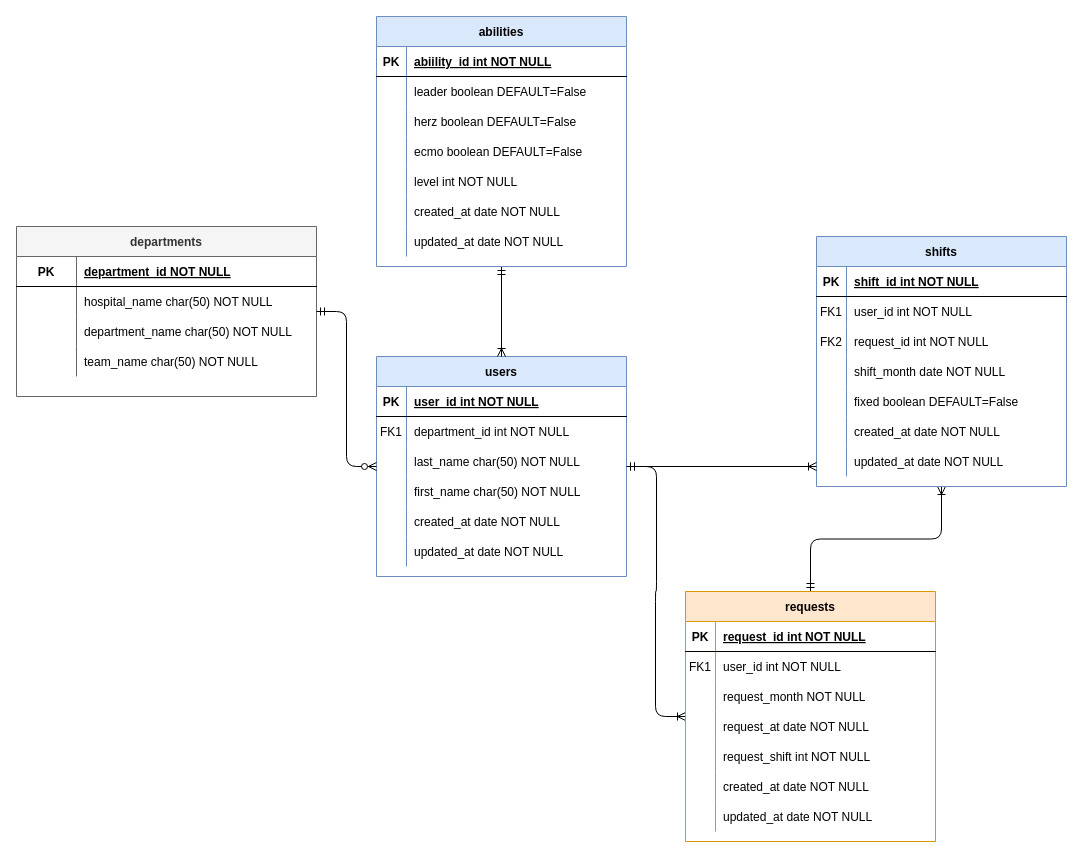
yktt-nuane/shiftmaking-past keeps this draw.io diagram as database_schema.drawio. Above is the earlier version. Source tidied: cells renumbered, new cells numbered last; positions are measured from the earlier drawing's top-left corner, leaving out a move shared by most shapes. Both pictures are drawn from the tidied source at 100%, with x=0, y=0 at pixel (16, 16).
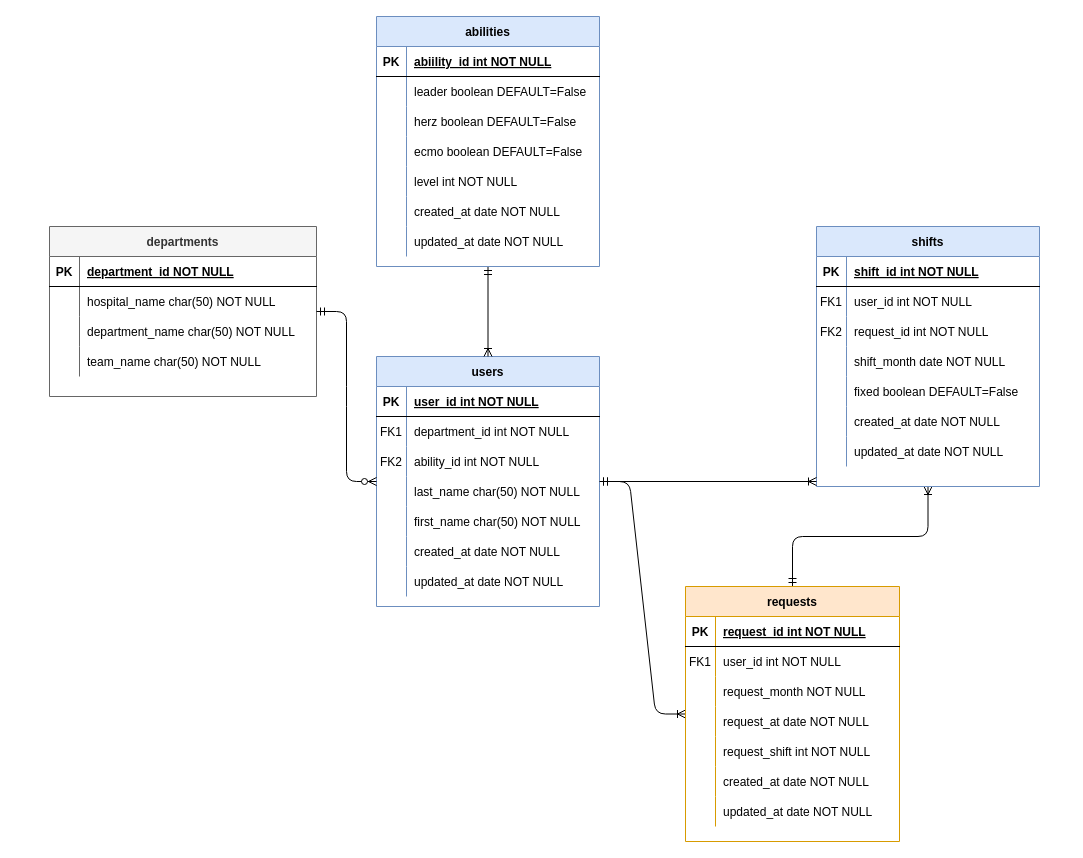
After the change.

Commit message:
database_schema.drawio を更新します

Diff of the diagram source:
```diff
@@
     <mxCell id="4" value="requests" style="shape=table;startSize=30;childLayout=tableLayout;rowLines=0;fontStyle=1;align=center;fillColor=#ffe6cc;strokeColor=#d79b00;" parent="1" vertex="1">
-      <mxGeometry x="669" y="575" width="250" height="250" as="geometry" />
+      <mxGeometry x="669" y="570" width="214" height="255" as="geometry" />
     </mxCell>
     <mxCell id="5" style="shape=partialRectangle;fillColor=none;top=0;left=0;right=0;bottom=1;" parent="4" vertex="1">
-      <mxGeometry y="30" width="250" height="30" as="geometry" />
+      <mxGeometry y="30" width="214" height="30" as="geometry" />
     </mxCell>
@@
     <mxCell id="7" value="request_id int NOT NULL " style="shape=partialRectangle;overflow=hidden;fillColor=none;top=0;left=0;bottom=0;right=0;align=left;spacingLeft=6;fontStyle=5;" parent="5" vertex="1">
-      <mxGeometry x="30" width="220" height="30" as="geometry" />
+      <mxGeometry x="30" width="184" height="30" as="geometry" />
     </mxCell>
     <mxCell id="8" style="shape=partialRectangle;fillColor=none;top=0;left=0;right=0;bottom=0;" parent="4" vertex="1">
-      <mxGeometry y="60" width="250" height="30" as="geometry" />
+      <mxGeometry y="60" width="214" height="30" as="geometry" />
     </mxCell>
@@
     <mxCell id="10" value="user_id int NOT NULL" style="shape=partialRectangle;overflow=hidden;fillColor=none;top=0;left=0;bottom=0;right=0;align=left;spacingLeft=6;" parent="8" vertex="1">
-      <mxGeometry x="30" width="220" height="30" as="geometry" />
+      <mxGeometry x="30" width="184" height="30" as="geometry" />
     </mxCell>
     <mxCell id="11" style="shape=partialRectangle;fillColor=none;top=0;left=0;right=0;bottom=0;" parent="4" vertex="1">
-      <mxGeometry y="90" width="250" height="30" as="geometry" />
+      <mxGeometry y="90" width="214" height="30" as="geometry" />
     </mxCell>
@@
     <mxCell id="13" value="request_month NOT NULL" style="shape=partialRectangle;overflow=hidden;fillColor=none;top=0;left=0;bottom=0;right=0;align=left;spacingLeft=6;" parent="11" vertex="1">
-      <mxGeometry x="30" width="220" height="30" as="geometry" />
+      <mxGeometry x="30" width="184" height="30" as="geometry" />
     </mxCell>
     <mxCell id="14" style="shape=partialRectangle;fillColor=none;top=0;left=0;right=0;bottom=0;" parent="4" vertex="1">
-      <mxGeometry y="120" width="250" height="30" as="geometry" />
+      <mxGeometry y="120" width="214" height="30" as="geometry" />
     </mxCell>
@@
     <mxCell id="16" value="request_at date NOT NULL" style="shape=partialRectangle;overflow=hidden;fillColor=none;top=0;left=0;bottom=0;right=0;align=left;spacingLeft=6;" parent="14" vertex="1">
-      <mxGeometry x="30" width="220" height="30" as="geometry" />
+      <mxGeometry x="30" width="184" height="30" as="geometry" />
     </mxCell>
     <mxCell id="17" style="shape=partialRectangle;fillColor=none;top=0;left=0;right=0;bottom=0;" parent="4" vertex="1">
-      <mxGeometry y="150" width="250" height="30" as="geometry" />
+      <mxGeometry y="150" width="214" height="30" as="geometry" />
     </mxCell>
@@
     <mxCell id="19" value="request_shift int NOT NULL" style="shape=partialRectangle;overflow=hidden;fillColor=none;top=0;left=0;bottom=0;right=0;align=left;spacingLeft=6;" parent="17" vertex="1">
-      <mxGeometry x="30" width="220" height="30" as="geometry" />
+      <mxGeometry x="30" width="184" height="30" as="geometry" />
     </mxCell>
     <mxCell id="20" style="shape=partialRectangle;fillColor=none;top=0;left=0;right=0;bottom=0;" parent="4" vertex="1">
-      <mxGeometry y="180" width="250" height="30" as="geometry" />
+      <mxGeometry y="180" width="214" height="30" as="geometry" />
     </mxCell>
@@
     <mxCell id="22" value="created_at date NOT NULL" style="shape=partialRectangle;overflow=hidden;fillColor=none;top=0;left=0;bottom=0;right=0;align=left;spacingLeft=6;" parent="20" vertex="1">
-      <mxGeometry x="30" width="220" height="30" as="geometry" />
+      <mxGeometry x="30" width="184" height="30" as="geometry" />
     </mxCell>
     <mxCell id="23" style="shape=partialRectangle;fillColor=none;top=0;left=0;right=0;bottom=0;" parent="4" vertex="1">
-      <mxGeometry y="210" width="250" height="30" as="geometry" />
+      <mxGeometry y="210" width="214" height="30" as="geometry" />
     </mxCell>
@@
     <mxCell id="25" value="updated_at date NOT NULL" style="shape=partialRectangle;overflow=hidden;fillColor=none;top=0;left=0;bottom=0;right=0;align=left;spacingLeft=6;" parent="23" vertex="1">
-      <mxGeometry x="30" width="220" height="30" as="geometry" />
+      <mxGeometry x="30" width="184" height="30" as="geometry" />
     </mxCell>
     <mxCell id="26" value="users" style="shape=table;startSize=30;childLayout=tableLayout;rowLines=0;fontStyle=1;align=center;fillColor=#dae8fc;strokeColor=#6c8ebf;" parent="1" vertex="1">
-      <mxGeometry x="360" y="340" width="250" height="220" as="geometry" />
+      <mxGeometry x="360" y="340" width="223" height="250" as="geometry" />
     </mxCell>
     <mxCell id="27" style="shape=partialRectangle;fillColor=none;top=0;left=0;right=0;bottom=1;" parent="26" vertex="1">
-      <mxGeometry y="30" width="250" height="30" as="geometry" />
+      <mxGeometry y="30" width="223" height="30" as="geometry" />
     </mxCell>
@@
     <mxCell id="29" value="user_id int NOT NULL " style="shape=partialRectangle;overflow=hidden;fillColor=none;top=0;left=0;bottom=0;right=0;align=left;spacingLeft=6;fontStyle=5;" parent="27" vertex="1">
-      <mxGeometry x="30" width="220" height="30" as="geometry" />
+      <mxGeometry x="30" width="193" height="30" as="geometry" />
     </mxCell>
     <mxCell id="30" style="shape=partialRectangle;fillColor=none;top=0;left=0;right=0;bottom=0;" parent="26" vertex="1">
-      <mxGeometry y="60" width="250" height="30" as="geometry" />
+      <mxGeometry y="60" width="223" height="30" as="geometry" />
     </mxCell>
@@
     <mxCell id="32" value="department_id int NOT NULL" style="shape=partialRectangle;overflow=hidden;fillColor=none;top=0;left=0;bottom=0;right=0;align=left;spacingLeft=6;" parent="30" vertex="1">
-      <mxGeometry x="30" width="220" height="30" as="geometry" />
+      <mxGeometry x="30" width="193" height="30" as="geometry" />
     </mxCell>
+    <mxCell id="105" style="shape=partialRectangle;fillColor=none;top=0;left=0;right=0;bottom=0;" parent="26" vertex="1">
+      <mxGeometry y="90" width="223" height="30" as="geometry" />
+    </mxCell>
+    <mxCell id="106" value="FK2" style="shape=partialRectangle;overflow=hidden;fillColor=none;top=0;left=0;bottom=0;right=0;" parent="105" vertex="1">
+      <mxGeometry width="30" height="30" as="geometry" />
+    </mxCell>
+    <mxCell id="107" value="ability_id int NOT NULL" style="shape=partialRectangle;overflow=hidden;fillColor=none;top=0;left=0;bottom=0;right=0;align=left;spacingLeft=6;" parent="105" vertex="1">
+      <mxGeometry x="30" width="193" height="30" as="geometry" />
+    </mxCell>
     <mxCell id="33" style="shape=partialRectangle;fillColor=none;top=0;left=0;right=0;bottom=0;" parent="26" vertex="1">
-      <mxGeometry y="90" width="250" height="30" as="geometry" />
+      <mxGeometry y="120" width="223" height="30" as="geometry" />
     </mxCell>
@@
     <mxCell id="35" value="last_name char(50) NOT NULL" style="shape=partialRectangle;overflow=hidden;fillColor=none;top=0;left=0;bottom=0;right=0;align=left;spacingLeft=6;" parent="33" vertex="1">
-      <mxGeometry x="30" width="220" height="30" as="geometry" />
+      <mxGeometry x="30" width="193" height="30" as="geometry" />
     </mxCell>
     <mxCell id="36" style="shape=partialRectangle;fillColor=none;top=0;left=0;right=0;bottom=0;" parent="26" vertex="1">
-      <mxGeometry y="120" width="250" height="30" as="geometry" />
+      <mxGeometry y="150" width="223" height="30" as="geometry" />
     </mxCell>
@@
     <mxCell id="38" value="first_name char(50) NOT NULL" style="shape=partialRectangle;overflow=hidden;fillColor=none;top=0;left=0;bottom=0;right=0;align=left;spacingLeft=6;" parent="36" vertex="1">
-      <mxGeometry x="30" width="220" height="30" as="geometry" />
+      <mxGeometry x="30" width="193" height="30" as="geometry" />
     </mxCell>
     <mxCell id="39" style="shape=partialRectangle;fillColor=none;top=0;left=0;right=0;bottom=0;" parent="26" vertex="1">
-      <mxGeometry y="150" width="250" height="30" as="geometry" />
+      <mxGeometry y="180" width="223" height="30" as="geometry" />
     </mxCell>
@@
     <mxCell id="41" value="created_at date NOT NULL" style="shape=partialRectangle;overflow=hidden;fillColor=none;top=0;left=0;bottom=0;right=0;align=left;spacingLeft=6;" parent="39" vertex="1">
-      <mxGeometry x="30" width="220" height="30" as="geometry" />
+      <mxGeometry x="30" width="193" height="30" as="geometry" />
     </mxCell>
     <mxCell id="42" style="shape=partialRectangle;fillColor=none;top=0;left=0;right=0;bottom=0;" parent="26" vertex="1">
-      <mxGeometry y="180" width="250" height="30" as="geometry" />
+      <mxGeometry y="210" width="223" height="30" as="geometry" />
     </mxCell>
@@
     <mxCell id="44" value="updated_at date NOT NULL" style="shape=partialRectangle;overflow=hidden;fillColor=none;top=0;left=0;bottom=0;right=0;align=left;spacingLeft=6;" parent="42" vertex="1">
-      <mxGeometry x="30" width="220" height="30" as="geometry" />
+      <mxGeometry x="30" width="193" height="30" as="geometry" />
     </mxCell>
     <mxCell id="45" value="departments" style="shape=table;startSize=30;childLayout=tableLayout;rowLines=0;fontStyle=1;align=center;fillColor=#f5f5f5;fontColor=#333333;strokeColor=#666666;" parent="1" vertex="1">
-      <mxGeometry y="210" width="300" height="170" as="geometry" />
+      <mxGeometry x="33" y="210" width="267" height="170" as="geometry" />
     </mxCell>
     <mxCell id="46" style="shape=tableRow;horizontal=0;startSize=0;swimlaneHead=0;swimlaneBody=0;fillColor=none;top=0;left=0;right=0;bottom=1;swimlaneLine=1;" parent="45" vertex="1">
-      <mxGeometry y="30" width="300" height="30" as="geometry" />
+      <mxGeometry y="30" width="267" height="30" as="geometry" />
     </mxCell>
     <mxCell id="47" value="PK" style="shape=partialRectangle;fillColor=none;top=0;left=0;bottom=0;right=0;fontStyle=1;overflow=hidden;" parent="46" vertex="1">
-      <mxGeometry width="60" height="30" as="geometry" />
+      <mxGeometry width="30" height="30" as="geometry" />
     </mxCell>
     <mxCell id="48" value="department_id NOT NULL" style="shape=partialRectangle;fillColor=none;top=0;left=0;bottom=0;right=0;align=left;spacingLeft=6;fontStyle=5;overflow=hidden;" parent="46" vertex="1">
-      <mxGeometry x="60" width="240" height="30" as="geometry" />
+      <mxGeometry x="30" width="237" height="30" as="geometry" />
     </mxCell>
     <mxCell id="49" style="shape=tableRow;horizontal=0;startSize=0;swimlaneHead=0;swimlaneBody=0;fillColor=none;top=0;left=0;right=0;bottom=0;" parent="45" vertex="1">
-      <mxGeometry y="60" width="300" height="30" as="geometry" />
+      <mxGeometry y="60" width="267" height="30" as="geometry" />
     </mxCell>
     <mxCell id="50" style="shape=partialRectangle;fillColor=none;top=0;left=0;bottom=0;right=0;overflow=hidden;" parent="49" vertex="1">
-      <mxGeometry width="60" height="30" as="geometry" />
+      <mxGeometry width="30" height="30" as="geometry" />
     </mxCell>
     <mxCell id="51" value="hospital_name char(50) NOT NULL" style="shape=partialRectangle;fillColor=none;top=0;left=0;bottom=0;right=0;align=left;spacingLeft=6;overflow=hidden;" parent="49" vertex="1">
-      <mxGeometry x="60" width="240" height="30" as="geometry" />
+      <mxGeometry x="30" width="237" height="30" as="geometry" />
     </mxCell>
     <mxCell id="52" style="shape=tableRow;horizontal=0;startSize=0;swimlaneHead=0;swimlaneBody=0;fillColor=none;top=0;left=0;right=0;bottom=0;" parent="45" vertex="1">
-      <mxGeometry y="90" width="300" height="30" as="geometry" />
+      <mxGeometry y="90" width="267" height="30" as="geometry" />
     </mxCell>
     <mxCell id="53" style="shape=partialRectangle;fillColor=none;top=0;left=0;bottom=0;right=0;overflow=hidden;" parent="52" vertex="1">
-      <mxGeometry width="60" height="30" as="geometry" />
+      <mxGeometry width="30" height="30" as="geometry" />
     </mxCell>
     <mxCell id="54" value="department_name char(50) NOT NULL" style="shape=partialRectangle;fillColor=none;top=0;left=0;bottom=0;right=0;align=left;spacingLeft=6;overflow=hidden;" parent="52" vertex="1">
-      <mxGeometry x="60" width="240" height="30" as="geometry" />
+      <mxGeometry x="30" width="237" height="30" as="geometry" />
     </mxCell>
     <mxCell id="55" style="shape=tableRow;horizontal=0;startSize=0;swimlaneHead=0;swimlaneBody=0;fillColor=none;top=0;left=0;right=0;bottom=0;" parent="45" vertex="1">
-      <mxGeometry y="120" width="300" height="30" as="geometry" />
+      <mxGeometry y="120" width="267" height="30" as="geometry" />
     </mxCell>
     <mxCell id="56" style="shape=partialRectangle;fillColor=none;top=0;left=0;bottom=0;right=0;overflow=hidden;" parent="55" vertex="1">
-      <mxGeometry width="60" height="30" as="geometry" />
+      <mxGeometry width="30" height="30" as="geometry" />
     </mxCell>
     <mxCell id="57" value="team_name char(50) NOT NULL" style="shape=partialRectangle;fillColor=none;top=0;left=0;bottom=0;right=0;align=left;spacingLeft=6;overflow=hidden;" parent="55" vertex="1">
-      <mxGeometry x="60" width="240" height="30" as="geometry" />
+      <mxGeometry x="30" width="237" height="30" as="geometry" />
     </mxCell>
@@
     <mxCell id="59" value="shifts" style="shape=table;startSize=30;childLayout=tableLayout;rowLines=0;fontStyle=1;align=center;fillColor=#dae8fc;strokeColor=#6c8ebf;" parent="1" vertex="1">
-      <mxGeometry x="800" y="220" width="250" height="250" as="geometry" />
+      <mxGeometry x="800" y="210" width="223" height="260" as="geometry" />
     </mxCell>
     <mxCell id="60" style="shape=partialRectangle;fillColor=none;top=0;left=0;right=0;bottom=1;" parent="59" vertex="1">
-      <mxGeometry y="30" width="250" height="30" as="geometry" />
+      <mxGeometry y="30" width="223" height="30" as="geometry" />
     </mxCell>
@@
     <mxCell id="62" value="shift_id int NOT NULL " style="shape=partialRectangle;overflow=hidden;fillColor=none;top=0;left=0;bottom=0;right=0;align=left;spacingLeft=6;fontStyle=5;" parent="60" vertex="1">
-      <mxGeometry x="30" width="220" height="30" as="geometry" />
+      <mxGeometry x="30" width="193" height="30" as="geometry" />
     </mxCell>
     <mxCell id="63" style="shape=partialRectangle;fillColor=none;top=0;left=0;right=0;bottom=0;" parent="59" vertex="1">
-      <mxGeometry y="60" width="250" height="30" as="geometry" />
+      <mxGeometry y="60" width="223" height="30" as="geometry" />
     </mxCell>
@@
     <mxCell id="65" value="user_id int NOT NULL" style="shape=partialRectangle;overflow=hidden;fillColor=none;top=0;left=0;bottom=0;right=0;align=left;spacingLeft=6;" parent="63" vertex="1">
-      <mxGeometry x="30" width="220" height="30" as="geometry" />
+      <mxGeometry x="30" width="193" height="30" as="geometry" />
     </mxCell>
     <mxCell id="66" style="shape=partialRectangle;fillColor=none;top=0;left=0;right=0;bottom=0;" parent="59" vertex="1">
-      <mxGeometry y="90" width="250" height="30" as="geometry" />
+      <mxGeometry y="90" width="223" height="30" as="geometry" />
     </mxCell>
@@
     <mxCell id="68" value="request_id int NOT NULL" style="shape=partialRectangle;overflow=hidden;fillColor=none;top=0;left=0;bottom=0;right=0;align=left;spacingLeft=6;" parent="66" vertex="1">
-      <mxGeometry x="30" width="220" height="30" as="geometry" />
+      <mxGeometry x="30" width="193" height="30" as="geometry" />
     </mxCell>
     <mxCell id="69" style="shape=partialRectangle;fillColor=none;top=0;left=0;right=0;bottom=0;" parent="59" vertex="1">
-      <mxGeometry y="120" width="250" height="30" as="geometry" />
+      <mxGeometry y="120" width="223" height="30" as="geometry" />
     </mxCell>
@@
     <mxCell id="71" value="shift_month date NOT NULL" style="shape=partialRectangle;overflow=hidden;fillColor=none;top=0;left=0;bottom=0;right=0;align=left;spacingLeft=6;" parent="69" vertex="1">
-      <mxGeometry x="30" width="220" height="30" as="geometry" />
+      <mxGeometry x="30" width="193" height="30" as="geometry" />
     </mxCell>
     <mxCell id="72" style="shape=partialRectangle;fillColor=none;top=0;left=0;right=0;bottom=0;" parent="59" vertex="1">
-      <mxGeometry y="150" width="250" height="30" as="geometry" />
+      <mxGeometry y="150" width="223" height="30" as="geometry" />
     </mxCell>
@@
     <mxCell id="74" value="fixed boolean DEFAULT=False" style="shape=partialRectangle;overflow=hidden;fillColor=none;top=0;left=0;bottom=0;right=0;align=left;spacingLeft=6;" parent="72" vertex="1">
-      <mxGeometry x="30" width="220" height="30" as="geometry" />
+      <mxGeometry x="30" width="193" height="30" as="geometry" />
     </mxCell>
     <mxCell id="75" style="shape=partialRectangle;fillColor=none;top=0;left=0;right=0;bottom=0;" parent="59" vertex="1">
-      <mxGeometry y="180" width="250" height="30" as="geometry" />
+      <mxGeometry y="180" width="223" height="30" as="geometry" />
     </mxCell>
@@
     <mxCell id="77" value="created_at date NOT NULL" style="shape=partialRectangle;overflow=hidden;fillColor=none;top=0;left=0;bottom=0;right=0;align=left;spacingLeft=6;" parent="75" vertex="1">
-      <mxGeometry x="30" width="220" height="30" as="geometry" />
+      <mxGeometry x="30" width="193" height="30" as="geometry" />
     </mxCell>
     <mxCell id="78" style="shape=partialRectangle;fillColor=none;top=0;left=0;right=0;bottom=0;" parent="59" vertex="1">
-      <mxGeometry y="210" width="250" height="30" as="geometry" />
+      <mxGeometry y="210" width="223" height="30" as="geometry" />
     </mxCell>
@@
     <mxCell id="80" value="updated_at date NOT NULL" style="shape=partialRectangle;overflow=hidden;fillColor=none;top=0;left=0;bottom=0;right=0;align=left;spacingLeft=6;" parent="78" vertex="1">
-      <mxGeometry x="30" width="220" height="30" as="geometry" />
+      <mxGeometry x="30" width="193" height="30" as="geometry" />
     </mxCell>
@@
     <mxCell id="83" value="abilities" style="shape=table;startSize=30;childLayout=tableLayout;rowLines=0;fontStyle=1;align=center;fillColor=#dae8fc;strokeColor=#6c8ebf;" parent="1" vertex="1">
-      <mxGeometry x="360" width="250" height="250" as="geometry" />
+      <mxGeometry x="360" width="223" height="250" as="geometry" />
     </mxCell>
     <mxCell id="84" style="shape=partialRectangle;fillColor=none;top=0;left=0;right=0;bottom=1;" parent="83" vertex="1">
-      <mxGeometry y="30" width="250" height="30" as="geometry" />
+      <mxGeometry y="30" width="223" height="30" as="geometry" />
     </mxCell>
@@
     <mxCell id="86" value="abiility_id int NOT NULL " style="shape=partialRectangle;overflow=hidden;fillColor=none;top=0;left=0;bottom=0;right=0;align=left;spacingLeft=6;fontStyle=5;" parent="84" vertex="1">
-      <mxGeometry x="30" width="220" height="30" as="geometry" />
+      <mxGeometry x="30" width="193" height="30" as="geometry" />
     </mxCell>
     <mxCell id="87" style="shape=partialRectangle;fillColor=none;top=0;left=0;right=0;bottom=0;" parent="83" vertex="1">
-      <mxGeometry y="60" width="250" height="30" as="geometry" />
+      <mxGeometry y="60" width="223" height="30" as="geometry" />
     </mxCell>
@@
     <mxCell id="89" value="leader boolean DEFAULT=False" style="shape=partialRectangle;overflow=hidden;fillColor=none;top=0;left=0;bottom=0;right=0;align=left;spacingLeft=6;" parent="87" vertex="1">
-      <mxGeometry x="30" width="220" height="30" as="geometry" />
+      <mxGeometry x="30" width="193" height="30" as="geometry" />
     </mxCell>
     <mxCell id="90" style="shape=partialRectangle;fillColor=none;top=0;left=0;right=0;bottom=0;" parent="83" vertex="1">
-      <mxGeometry y="90" width="250" height="30" as="geometry" />
+      <mxGeometry y="90" width="223" height="30" as="geometry" />
     </mxCell>
@@
     <mxCell id="92" value="herz boolean DEFAULT=False" style="shape=partialRectangle;overflow=hidden;fillColor=none;top=0;left=0;bottom=0;right=0;align=left;spacingLeft=6;" parent="90" vertex="1">
-      <mxGeometry x="30" width="220" height="30" as="geometry" />
+      <mxGeometry x="30" width="193" height="30" as="geometry" />
     </mxCell>
     <mxCell id="93" style="shape=partialRectangle;fillColor=none;top=0;left=0;right=0;bottom=0;" parent="83" vertex="1">
-      <mxGeometry y="120" width="250" height="30" as="geometry" />
+      <mxGeometry y="120" width="223" height="30" as="geometry" />
     </mxCell>
@@
     <mxCell id="95" value="ecmo boolean DEFAULT=False" style="shape=partialRectangle;overflow=hidden;fillColor=none;top=0;left=0;bottom=0;right=0;align=left;spacingLeft=6;" parent="93" vertex="1">
-      <mxGeometry x="30" width="220" height="30" as="geometry" />
+      <mxGeometry x="30" width="193" height="30" as="geometry" />
     </mxCell>
     <mxCell id="96" style="shape=partialRectangle;fillColor=none;top=0;left=0;right=0;bottom=0;" parent="83" vertex="1">
-      <mxGeometry y="150" width="250" height="30" as="geometry" />
+      <mxGeometry y="150" width="223" height="30" as="geometry" />
     </mxCell>
@@
     <mxCell id="98" value="level int NOT NULL" style="shape=partialRectangle;overflow=hidden;fillColor=none;top=0;left=0;bottom=0;right=0;align=left;spacingLeft=6;" parent="96" vertex="1">
-      <mxGeometry x="30" width="220" height="30" as="geometry" />
+      <mxGeometry x="30" width="193" height="30" as="geometry" />
     </mxCell>
     <mxCell id="99" style="shape=partialRectangle;fillColor=none;top=0;left=0;right=0;bottom=0;" parent="83" vertex="1">
-      <mxGeometry y="180" width="250" height="30" as="geometry" />
+      <mxGeometry y="180" width="223" height="30" as="geometry" />
     </mxCell>
@@
     <mxCell id="101" value="created_at date NOT NULL" style="shape=partialRectangle;overflow=hidden;fillColor=none;top=0;left=0;bottom=0;right=0;align=left;spacingLeft=6;" parent="99" vertex="1">
-      <mxGeometry x="30" width="220" height="30" as="geometry" />
+      <mxGeometry x="30" width="193" height="30" as="geometry" />
     </mxCell>
     <mxCell id="102" style="shape=partialRectangle;fillColor=none;top=0;left=0;right=0;bottom=0;" parent="83" vertex="1">
-      <mxGeometry y="210" width="250" height="30" as="geometry" />
+      <mxGeometry y="210" width="223" height="30" as="geometry" />
     </mxCell>
@@
     <mxCell id="104" value="updated_at date NOT NULL" style="shape=partialRectangle;overflow=hidden;fillColor=none;top=0;left=0;bottom=0;right=0;align=left;spacingLeft=6;" parent="102" vertex="1">
-      <mxGeometry x="30" width="220" height="30" as="geometry" />
+      <mxGeometry x="30" width="193" height="30" as="geometry" />
     </mxCell>
```
